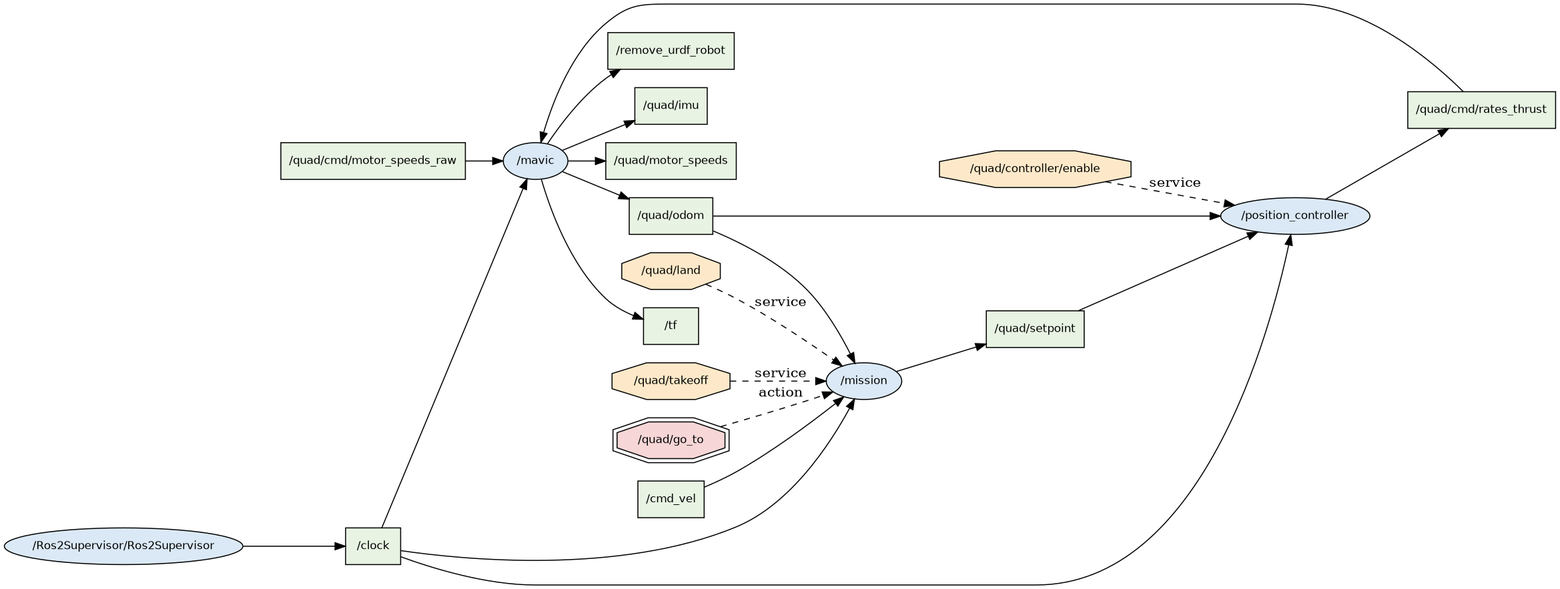
Above: docs/ros_graph.png in clementdumeril/quadrotor-ros2 (Graphviz), before the change. Its source is kept beside it as docs/ros_graph.dot.
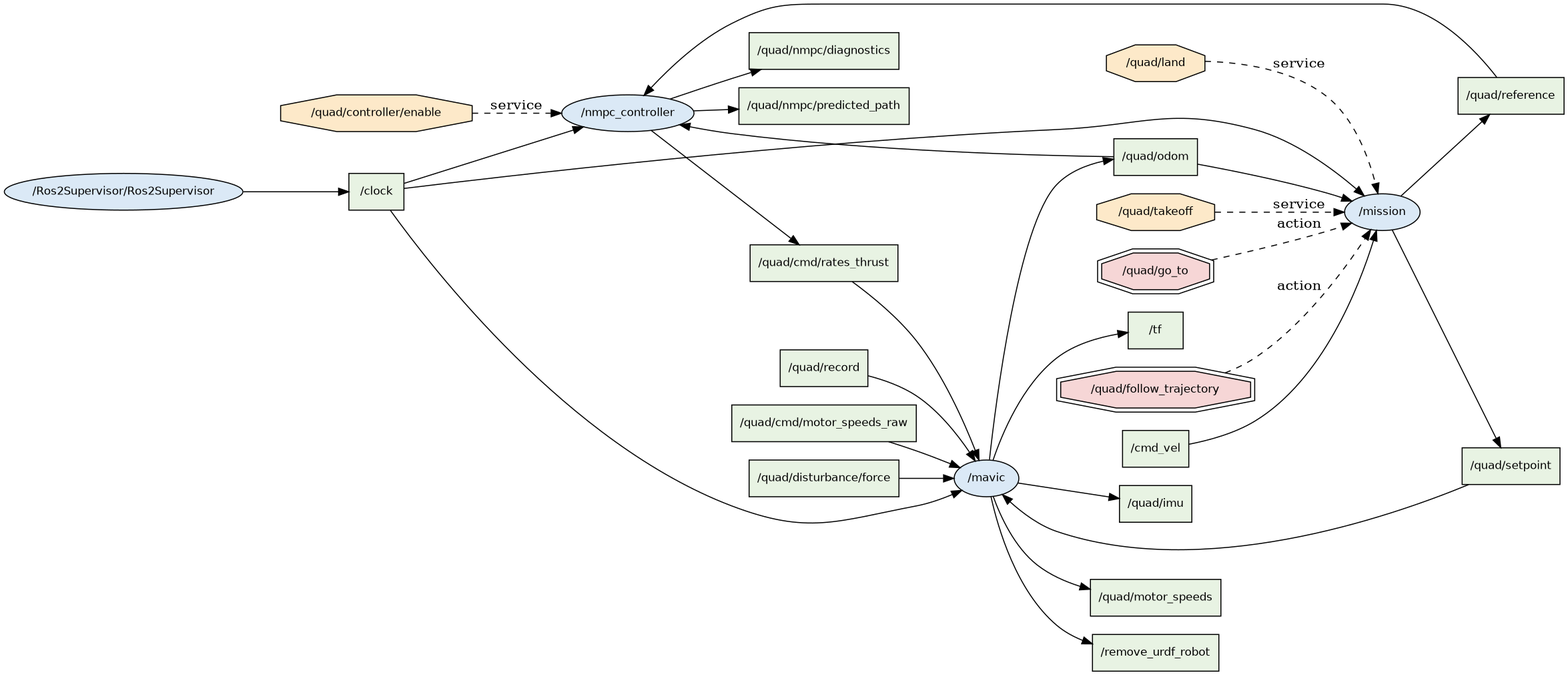
Later version of the same file.

Change to the diagram source:
```diff
@@ -1,5 +1,26 @@
 digraph ros {
   rankdir=LR; node [fontname=Helvetica, fontsize=11];
+  "/Ros2Supervisor/Ros2Supervisor" [shape=ellipse, style=filled, fillcolor="#dbe9f6"];
+  "/Ros2Supervisor/Ros2Supervisor" -> "/clock";
+  "/nmpc_controller" [shape=ellipse, style=filled, fillcolor="#dbe9f6"];
+  "/nmpc_controller" -> "/quad/cmd/rates_thrust";
+  "/nmpc_controller" -> "/quad/nmpc/diagnostics";
+  "/nmpc_controller" -> "/quad/nmpc/predicted_path";
+  "/clock" -> "/nmpc_controller";
+  "/quad/odom" -> "/nmpc_controller";
+  "/quad/reference" -> "/nmpc_controller";
+  "/quad/controller/enable" [shape=octagon, style=filled, fillcolor="#fde9c9"];
+  "/quad/controller/enable" -> "/nmpc_controller" [style=dashed, label="service"];
+  "/mission" [shape=ellipse, style=filled, fillcolor="#dbe9f6"];
+  "/mission" -> "/quad/reference";
+  "/mission" -> "/quad/setpoint";
+  "/clock" -> "/mission";
+  "/cmd_vel" -> "/mission";
+  "/quad/odom" -> "/mission";
+  "/quad/land" [shape=octagon, style=filled, fillcolor="#fde9c9"];
+  "/quad/land" -> "/mission" [style=dashed, label="service"];
+  "/quad/takeoff" [shape=octagon, style=filled, fillcolor="#fde9c9"];
+  "/quad/takeoff" -> "/mission" [style=dashed, label="service"];
   "/mavic" [shape=ellipse, style=filled, fillcolor="#dbe9f6"];
   "/mavic" -> "/quad/imu";
   "/mavic" -> "/quad/motor_speeds";
@@ -9,34 +30,26 @@
   "/clock" -> "/mavic";
   "/quad/cmd/motor_speeds_raw" -> "/mavic";
   "/quad/cmd/rates_thrust" -> "/mavic";
-  "/Ros2Supervisor/Ros2Supervisor" [shape=ellipse, style=filled, fillcolor="#dbe9f6"];
-  "/Ros2Supervisor/Ros2Supervisor" -> "/clock";
-  "/position_controller" [shape=ellipse, style=filled, fillcolor="#dbe9f6"];
-  "/position_controller" -> "/quad/cmd/rates_thrust";
-  "/clock" -> "/position_controller";
-  "/quad/odom" -> "/position_controller";
-  "/quad/setpoint" -> "/position_controller";
-  "/quad/controller/enable" [shape=octagon, style=filled, fillcolor="#fde9c9"];
-  "/quad/controller/enable" -> "/position_controller" [style=dashed, label="service"];
-  "/mission" [shape=ellipse, style=filled, fillcolor="#dbe9f6"];
-  "/mission" -> "/quad/setpoint";
-  "/clock" -> "/mission";
-  "/cmd_vel" -> "/mission";
-  "/quad/odom" -> "/mission";
-  "/quad/land" [shape=octagon, style=filled, fillcolor="#fde9c9"];
-  "/quad/land" -> "/mission" [style=dashed, label="service"];
-  "/quad/takeoff" [shape=octagon, style=filled, fillcolor="#fde9c9"];
-  "/quad/takeoff" -> "/mission" [style=dashed, label="service"];
+  "/quad/disturbance/force" -> "/mavic";
+  "/quad/record" -> "/mavic";
+  "/quad/setpoint" -> "/mavic";
+  "/quad/odom" [shape=box, style=filled, fillcolor="#e8f3e3"];
+  "/quad/imu" [shape=box, style=filled, fillcolor="#e8f3e3"];
+  "/quad/disturbance/force" [shape=box, style=filled, fillcolor="#e8f3e3"];
+  "/quad/cmd/motor_speeds_raw" [shape=box, style=filled, fillcolor="#e8f3e3"];
   "/quad/cmd/rates_thrust" [shape=box, style=filled, fillcolor="#e8f3e3"];
   "/clock" [shape=box, style=filled, fillcolor="#e8f3e3"];
-  "/quad/imu" [shape=box, style=filled, fillcolor="#e8f3e3"];
-  "/quad/cmd/motor_speeds_raw" [shape=box, style=filled, fillcolor="#e8f3e3"];
+  "/quad/reference" [shape=box, style=filled, fillcolor="#e8f3e3"];
+  "/quad/nmpc/diagnostics" [shape=box, style=filled, fillcolor="#e8f3e3"];
+  "/quad/motor_speeds" [shape=box, style=filled, fillcolor="#e8f3e3"];
+  "/quad/record" [shape=box, style=filled, fillcolor="#e8f3e3"];
+  "/quad/nmpc/predicted_path" [shape=box, style=filled, fillcolor="#e8f3e3"];
+  "/remove_urdf_robot" [shape=box, style=filled, fillcolor="#e8f3e3"];
+  "/tf" [shape=box, style=filled, fillcolor="#e8f3e3"];
   "/cmd_vel" [shape=box, style=filled, fillcolor="#e8f3e3"];
-  "/quad/motor_speeds" [shape=box, style=filled, fillcolor="#e8f3e3"];
-  "/tf" [shape=box, style=filled, fillcolor="#e8f3e3"];
-  "/remove_urdf_robot" [shape=box, style=filled, fillcolor="#e8f3e3"];
   "/quad/setpoint" [shape=box, style=filled, fillcolor="#e8f3e3"];
-  "/quad/odom" [shape=box, style=filled, fillcolor="#e8f3e3"];
   "/quad/go_to" [shape=doubleoctagon, style=filled, fillcolor="#f6d6d6"];
   "/quad/go_to" -> "/mission" [style=dashed, label="action"];
+  "/quad/follow_trajectory" [shape=doubleoctagon, style=filled, fillcolor="#f6d6d6"];
+  "/quad/follow_trajectory" -> "/mission" [style=dashed, label="action"];
 }
```
